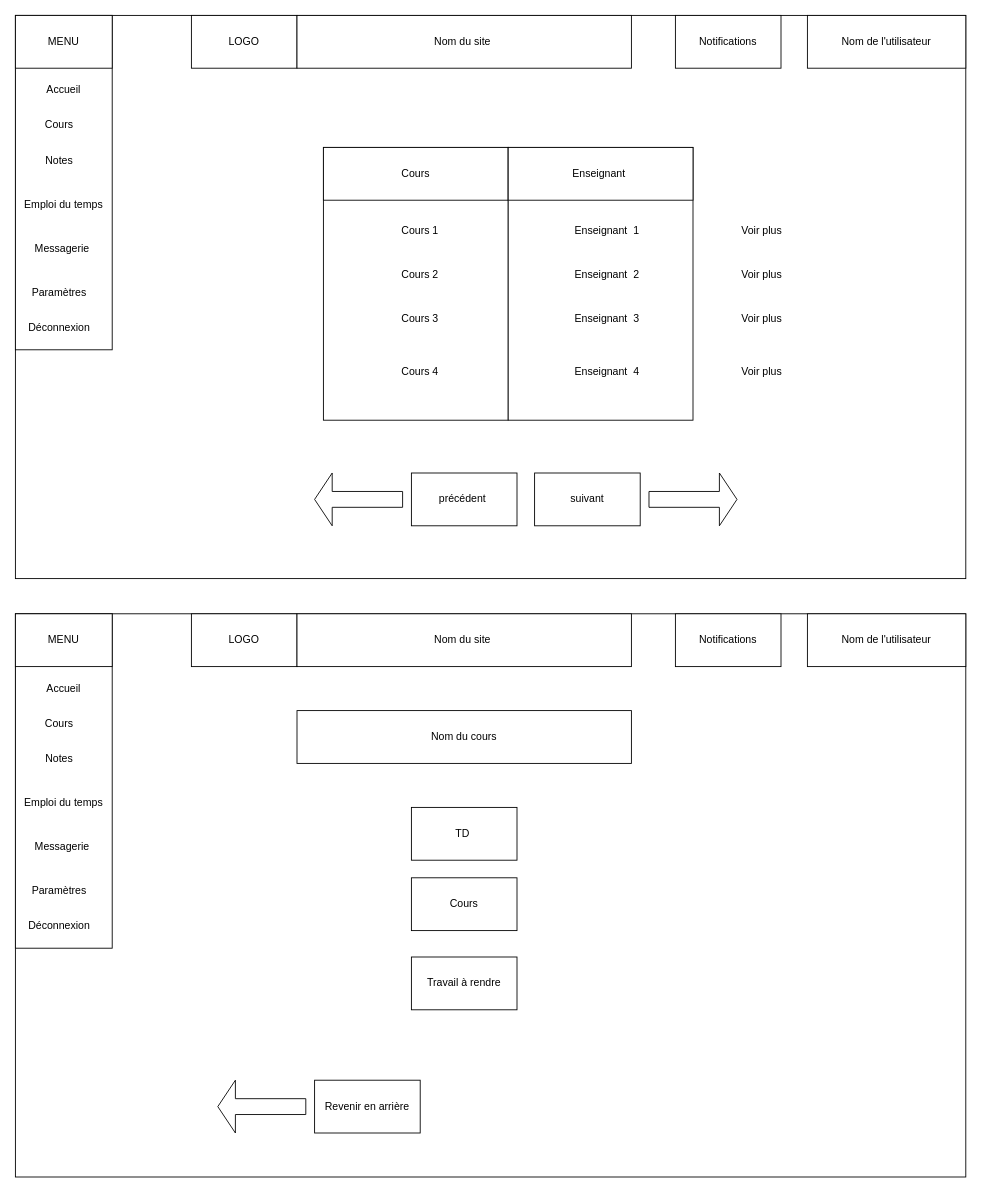
Above: docs/Wireframes/mes cours.drawio in TanguyC92/SmartCampus_Ing2_Gr9_Equipe11 (draw.io), before the change. Source tidied: cells renumbered, new cells numbered last; positions are measured from the earlier drawing's top-left corner, leaving out a move shared by most shapes. Both pictures are drawn from the tidied source at 88%, with x=0, y=0 at pixel (15, 15).
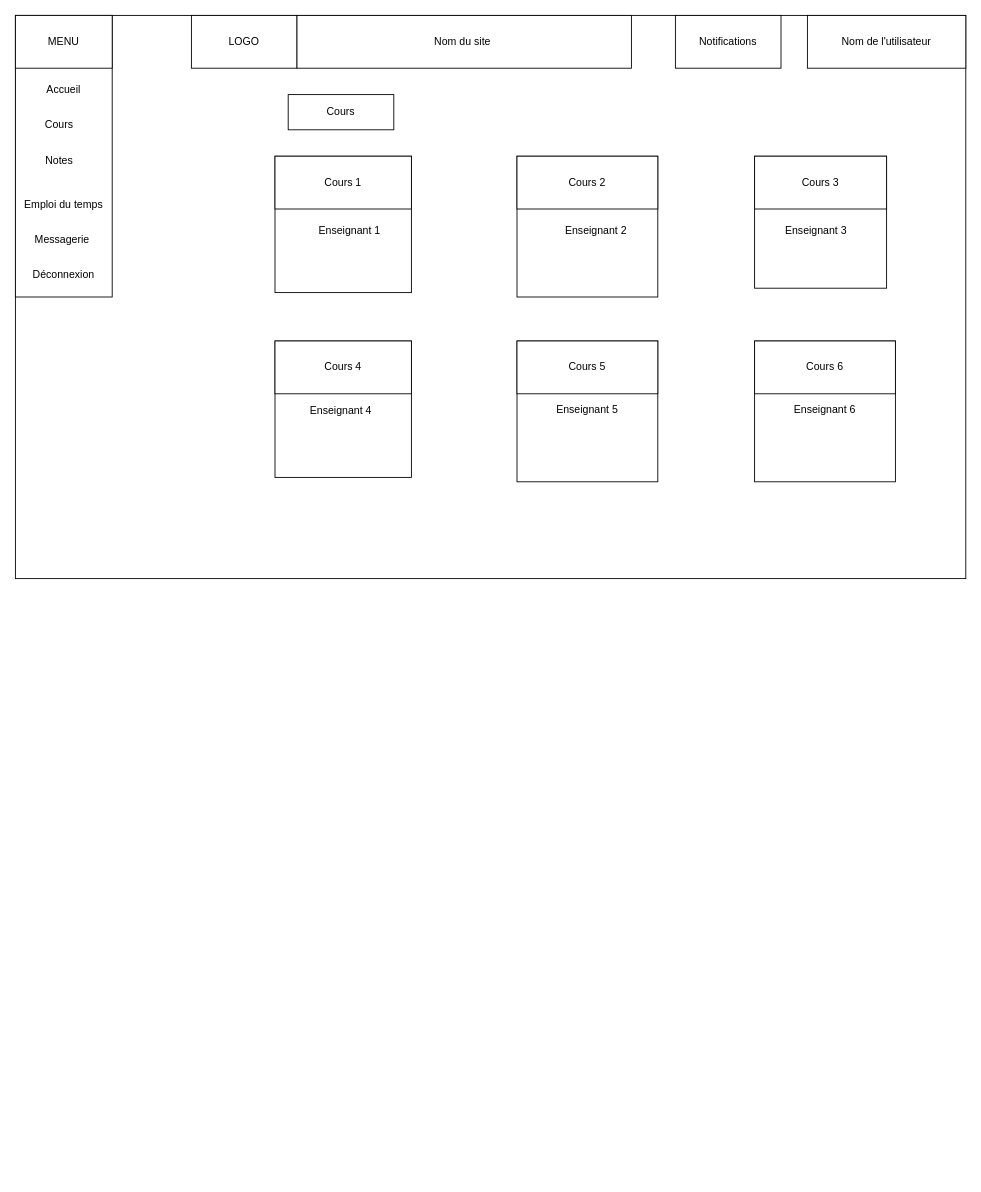
Above is the later version.

Diff of the diagram source:
```diff
@@
     <mxCell id="3" style="rounded=0;whiteSpace=wrap;html=1;" parent="1" vertex="1">
-      <mxGeometry width="110" height="380" as="geometry" />
+      <mxGeometry width="110" height="320" as="geometry" />
     </mxCell>
     <mxCell id="4" value="Messagerie&amp;nbsp;" style="text;html=1;whiteSpace=wrap;strokeColor=none;fillColor=none;align=center;verticalAlign=middle;rounded=0;" parent="1" vertex="1">
-      <mxGeometry x="25" y="250" width="60" height="30" as="geometry" />
+      <mxGeometry x="25" y="240" width="60" height="30" as="geometry" />
     </mxCell>
@@
-    <mxCell id="10" value="Paramètres" style="text;html=1;whiteSpace=wrap;strokeColor=none;fillColor=none;align=center;verticalAlign=middle;rounded=0;" parent="1" vertex="1">
-      <mxGeometry x="20" y="300" width="60" height="30" as="geometry" />
-    </mxCell>
     <mxCell id="11" value="Déconnexion" style="text;html=1;whiteSpace=wrap;strokeColor=none;fillColor=none;align=center;verticalAlign=middle;rounded=0;" parent="1" vertex="1">
-      <mxGeometry x="20" y="340" width="60" height="30" as="geometry" />
+      <mxGeometry x="25" y="280" width="60" height="30" as="geometry" />
     </mxCell>
@@
-    <mxCell id="16" style="rounded=0;whiteSpace=wrap;html=1;" parent="1" vertex="1">
-      <mxGeometry x="350" y="150" width="210" height="310" as="geometry" />
-    </mxCell>
-    <mxCell id="17" value="Cours" style="rounded=0;whiteSpace=wrap;html=1;" parent="1" vertex="1">
-      <mxGeometry x="350" y="150" width="210" height="60" as="geometry" />
-    </mxCell>
+    <mxCell id="56" style="whiteSpace=wrap;html=1;" parent="1" vertex="1">
+      <mxGeometry x="570" y="160" width="160" height="160" as="geometry" />
+    </mxCell>
+    <mxCell id="57" style="whiteSpace=wrap;html=1;" parent="1" vertex="1">
+      <mxGeometry x="295" y="160" width="155" height="155" as="geometry" />
+    </mxCell>
+    <mxCell id="58" style="whiteSpace=wrap;html=1;" parent="1" vertex="1">
+      <mxGeometry x="295" y="370" width="155" height="155" as="geometry" />
+    </mxCell>
+    <mxCell id="59" style="whiteSpace=wrap;html=1;" parent="1" vertex="1">
+      <mxGeometry x="570" y="370" width="160" height="160" as="geometry" />
+    </mxCell>
+    <mxCell id="60" style="whiteSpace=wrap;html=1;" parent="1" vertex="1">
+      <mxGeometry x="840" y="160" width="150" height="150" as="geometry" />
+    </mxCell>
+    <mxCell id="61" style="whiteSpace=wrap;html=1;" parent="1" vertex="1">
+      <mxGeometry x="840" y="370" width="160" height="160" as="geometry" />
+    </mxCell>
+    <mxCell id="62" value="Cours" style="rounded=0;whiteSpace=wrap;html=1;" parent="1" vertex="1">
+      <mxGeometry x="310" y="90" width="120" height="40" as="geometry" />
+    </mxCell>
-    <mxCell id="18" value="Cours 1" style="text;html=1;whiteSpace=wrap;strokeColor=none;fillColor=none;align=center;verticalAlign=middle;rounded=0;" parent="1" vertex="1">
-      <mxGeometry x="430" y="230" width="60" height="30" as="geometry" />
+    <mxCell id="18" value="Cours 1" style="rounded=0;whiteSpace=wrap;html=1;" parent="1" vertex="1">
+      <mxGeometry x="295" y="160" width="155" height="60" as="geometry" />
     </mxCell>
-    <mxCell id="19" value="Cours 2" style="text;html=1;whiteSpace=wrap;strokeColor=none;fillColor=none;align=center;verticalAlign=middle;rounded=0;" parent="1" vertex="1">
-      <mxGeometry x="430" y="280" width="60" height="30" as="geometry" />
+    <mxCell id="19" value="Cours 2" style="rounded=0;whiteSpace=wrap;html=1;" parent="1" vertex="1">
+      <mxGeometry x="570" y="160" width="160" height="60" as="geometry" />
     </mxCell>
-    <mxCell id="20" style="rounded=0;whiteSpace=wrap;html=1;" parent="1" vertex="1">
-      <mxGeometry x="560" y="150" width="210" height="310" as="geometry" />
-    </mxCell>
-    <mxCell id="21" value="Enseignant&amp;nbsp;" style="rounded=0;whiteSpace=wrap;html=1;" parent="1" vertex="1">
-      <mxGeometry x="560" y="150" width="210" height="60" as="geometry" />
-    </mxCell>
+    <mxCell id="26" value="Cours 3" style="rounded=0;whiteSpace=wrap;html=1;" parent="1" vertex="1">
+      <mxGeometry x="840" y="160" width="150" height="60" as="geometry" />
+    </mxCell>
+    <mxCell id="27" value="Cours 4" style="rounded=0;whiteSpace=wrap;html=1;" parent="1" vertex="1">
+      <mxGeometry x="295" y="370" width="155" height="60" as="geometry" />
+    </mxCell>
+    <mxCell id="63" value="Cours 5" style="rounded=0;whiteSpace=wrap;html=1;" parent="1" vertex="1">
+      <mxGeometry x="570" y="370" width="160" height="60" as="geometry" />
+    </mxCell>
+    <mxCell id="64" value="Cours 6" style="rounded=0;whiteSpace=wrap;html=1;" parent="1" vertex="1">
+      <mxGeometry x="840" y="370" width="160" height="60" as="geometry" />
+    </mxCell>
-    <mxCell id="22" value="Enseignant&amp;nbsp; 1" style="text;html=1;whiteSpace=wrap;strokeColor=none;fillColor=none;align=center;verticalAlign=middle;rounded=0;" parent="1" vertex="1">
-      <mxGeometry x="630" y="230" width="85" height="30" as="geometry" />
+    <mxCell id="22" value="Enseignant 1" style="text;html=1;whiteSpace=wrap;strokeColor=none;fillColor=none;align=center;verticalAlign=middle;rounded=0;" parent="1" vertex="1">
+      <mxGeometry x="340" y="230" width="80" height="30" as="geometry" />
     </mxCell>
-    <mxCell id="23" value="Enseignant&amp;nbsp; 2" style="text;html=1;whiteSpace=wrap;strokeColor=none;fillColor=none;align=center;verticalAlign=middle;rounded=0;" parent="1" vertex="1">
-      <mxGeometry x="630" y="280" width="85" height="30" as="geometry" />
+    <mxCell id="23" value="Enseignant 2" style="text;html=1;whiteSpace=wrap;strokeColor=none;fillColor=none;align=center;verticalAlign=middle;rounded=0;" parent="1" vertex="1">
+      <mxGeometry x="620" y="230" width="80" height="30" as="geometry" />
     </mxCell>
-    <mxCell id="24" value="Enseignant&amp;nbsp; 3" style="text;html=1;whiteSpace=wrap;strokeColor=none;fillColor=none;align=center;verticalAlign=middle;rounded=0;" parent="1" vertex="1">
-      <mxGeometry x="630" y="330" width="85" height="30" as="geometry" />
+    <mxCell id="24" value="Enseignant 3" style="text;html=1;whiteSpace=wrap;strokeColor=none;fillColor=none;align=center;verticalAlign=middle;rounded=0;" parent="1" vertex="1">
+      <mxGeometry x="870" y="230" width="80" height="30" as="geometry" />
     </mxCell>
+    <mxCell id="65" value="Enseignant 6" style="text;html=1;whiteSpace=wrap;strokeColor=none;fillColor=none;align=center;verticalAlign=middle;rounded=0;" parent="1" vertex="1">
+      <mxGeometry x="880" y="432.5" width="80" height="30" as="geometry" />
+    </mxCell>
+    <mxCell id="66" value="Enseignant 5" style="text;html=1;whiteSpace=wrap;strokeColor=none;fillColor=none;align=center;verticalAlign=middle;rounded=0;" parent="1" vertex="1">
+      <mxGeometry x="610" y="432.5" width="80" height="30" as="geometry" />
+    </mxCell>
-    <mxCell id="25" value="Enseignant&amp;nbsp; 4" style="text;html=1;whiteSpace=wrap;strokeColor=none;fillColor=none;align=center;verticalAlign=middle;rounded=0;" parent="1" vertex="1">
-      <mxGeometry x="630" y="390" width="85" height="30" as="geometry" />
+    <mxCell id="25" value="Enseignant 4" style="text;html=1;whiteSpace=wrap;strokeColor=none;fillColor=none;align=center;verticalAlign=middle;rounded=0;" parent="1" vertex="1">
+      <mxGeometry x="330" y="435" width="80" height="30" as="geometry" />
     </mxCell>
-    <mxCell id="26" value="Cours 3" style="text;html=1;whiteSpace=wrap;strokeColor=none;fillColor=none;align=center;verticalAlign=middle;rounded=0;" parent="1" vertex="1">
-      <mxGeometry x="430" y="330" width="60" height="30" as="geometry" />
-    </mxCell>
-    <mxCell id="27" value="Cours 4" style="text;html=1;whiteSpace=wrap;strokeColor=none;fillColor=none;align=center;verticalAlign=middle;rounded=0;" parent="1" vertex="1">
-      <mxGeometry x="430" y="390" width="60" height="30" as="geometry" />
-    </mxCell>
-    <mxCell id="28" value="Voir plus&amp;nbsp;" style="text;html=1;whiteSpace=wrap;strokeColor=none;fillColor=none;align=center;verticalAlign=middle;rounded=0;" parent="1" vertex="1">
-      <mxGeometry x="820" y="230" width="60" height="30" as="geometry" />
-    </mxCell>
-    <mxCell id="29" value="Voir plus&amp;nbsp;" style="text;html=1;whiteSpace=wrap;strokeColor=none;fillColor=none;align=center;verticalAlign=middle;rounded=0;" parent="1" vertex="1">
-      <mxGeometry x="820" y="280" width="60" height="30" as="geometry" />
-    </mxCell>
-    <mxCell id="30" value="Voir plus&amp;nbsp;" style="text;html=1;whiteSpace=wrap;strokeColor=none;fillColor=none;align=center;verticalAlign=middle;rounded=0;" parent="1" vertex="1">
-      <mxGeometry x="820" y="330" width="60" height="30" as="geometry" />
-    </mxCell>
-    <mxCell id="31" value="Voir plus&amp;nbsp;" style="text;html=1;whiteSpace=wrap;strokeColor=none;fillColor=none;align=center;verticalAlign=middle;rounded=0;" parent="1" vertex="1">
-      <mxGeometry x="820" y="390" width="60" height="30" as="geometry" />
-    </mxCell>
-    <mxCell id="32" style="shape=singleArrow;whiteSpace=wrap;html=1;" parent="1" vertex="1">
-      <mxGeometry x="720" y="520" width="100" height="60" as="geometry" />
-    </mxCell>
-    <mxCell id="33" style="shape=singleArrow;direction=west;whiteSpace=wrap;html=1;" parent="1" vertex="1">
-      <mxGeometry x="340" y="520" width="100" height="60" as="geometry" />
-    </mxCell>
-    <mxCell id="34" value="suivant" style="rounded=0;whiteSpace=wrap;html=1;" parent="1" vertex="1">
-      <mxGeometry x="590" y="520" width="120" height="60" as="geometry" />
-    </mxCell>
-    <mxCell id="35" value="précédent&amp;nbsp;" style="rounded=0;whiteSpace=wrap;html=1;" parent="1" vertex="1">
-      <mxGeometry x="450" y="520" width="120" height="60" as="geometry" />
-    </mxCell>
-    <mxCell id="36" style="rounded=0;whiteSpace=wrap;html=1;" parent="1" vertex="1">
-      <mxGeometry y="680" width="1080" height="640" as="geometry" />
-    </mxCell>
-    <mxCell id="37" value="LOGO" style="rounded=0;whiteSpace=wrap;html=1;" parent="1" vertex="1">
-      <mxGeometry x="200" y="680" width="120" height="60" as="geometry" />
-    </mxCell>
-    <mxCell id="38" value="Nom du site&amp;nbsp;" style="rounded=0;whiteSpace=wrap;html=1;" parent="1" vertex="1">
-      <mxGeometry x="320" y="680" width="380" height="60" as="geometry" />
-    </mxCell>
-    <mxCell id="39" value="Nom de l'utilisateur" style="rounded=0;whiteSpace=wrap;html=1;" parent="1" vertex="1">
-      <mxGeometry x="900" y="680" width="180" height="60" as="geometry" />
-    </mxCell>
-    <mxCell id="40" value="Notifications" style="rounded=0;whiteSpace=wrap;html=1;" parent="1" vertex="1">
-      <mxGeometry x="750" y="680" width="120" height="60" as="geometry" />
-    </mxCell>
-    <mxCell id="41" style="rounded=0;whiteSpace=wrap;html=1;" parent="1" vertex="1">
-      <mxGeometry y="680" width="110" height="380" as="geometry" />
-    </mxCell>
-    <mxCell id="42" value="Messagerie&amp;nbsp;" style="text;html=1;whiteSpace=wrap;strokeColor=none;fillColor=none;align=center;verticalAlign=middle;rounded=0;" parent="1" vertex="1">
-      <mxGeometry x="25" y="930" width="60" height="30" as="geometry" />
-    </mxCell>
-    <mxCell id="43" value="Accueil" style="text;html=1;whiteSpace=wrap;strokeColor=none;fillColor=none;align=center;verticalAlign=middle;rounded=0;" parent="1" vertex="1">
-      <mxGeometry x="25" y="750" width="60" height="30" as="geometry" />
-    </mxCell>
-    <mxCell id="44" value="Cours" style="text;html=1;whiteSpace=wrap;strokeColor=none;fillColor=none;align=center;verticalAlign=middle;rounded=0;" parent="1" vertex="1">
-      <mxGeometry x="20" y="790" width="60" height="30" as="geometry" />
-    </mxCell>
-    <mxCell id="45" value="MENU" style="rounded=0;whiteSpace=wrap;html=1;" parent="1" vertex="1">
-      <mxGeometry y="680" width="110" height="60" as="geometry" />
-    </mxCell>
-    <mxCell id="46" value="Notes" style="text;html=1;whiteSpace=wrap;strokeColor=none;fillColor=none;align=center;verticalAlign=middle;rounded=0;" parent="1" vertex="1">
-      <mxGeometry x="20" y="830" width="60" height="30" as="geometry" />
-    </mxCell>
-    <mxCell id="47" value="Emploi du temps" style="text;html=1;whiteSpace=wrap;strokeColor=none;fillColor=none;align=center;verticalAlign=middle;rounded=0;" parent="1" vertex="1">
-      <mxGeometry x="5" y="880" width="100" height="30" as="geometry" />
-    </mxCell>
-    <mxCell id="48" value="Paramètres" style="text;html=1;whiteSpace=wrap;strokeColor=none;fillColor=none;align=center;verticalAlign=middle;rounded=0;" parent="1" vertex="1">
-      <mxGeometry x="20" y="980" width="60" height="30" as="geometry" />
-    </mxCell>
-    <mxCell id="49" value="Déconnexion" style="text;html=1;whiteSpace=wrap;strokeColor=none;fillColor=none;align=center;verticalAlign=middle;rounded=0;" parent="1" vertex="1">
-      <mxGeometry x="20" y="1020" width="60" height="30" as="geometry" />
-    </mxCell>
-    <mxCell id="50" value="Nom du cours" style="rounded=0;whiteSpace=wrap;html=1;" parent="1" vertex="1">
-      <mxGeometry x="320" y="790" width="380" height="60" as="geometry" />
-    </mxCell>
-    <mxCell id="51" value="TD&amp;nbsp;" style="rounded=0;whiteSpace=wrap;html=1;" parent="1" vertex="1">
-      <mxGeometry x="450" y="900" width="120" height="60" as="geometry" />
-    </mxCell>
-    <mxCell id="52" value="Cours" style="rounded=0;whiteSpace=wrap;html=1;" parent="1" vertex="1">
-      <mxGeometry x="450" y="980" width="120" height="60" as="geometry" />
-    </mxCell>
-    <mxCell id="53" value="Revenir en arrière" style="rounded=0;whiteSpace=wrap;html=1;" parent="1" vertex="1">
-      <mxGeometry x="340" y="1210" width="120" height="60" as="geometry" />
-    </mxCell>
-    <mxCell id="54" style="shape=singleArrow;direction=west;whiteSpace=wrap;html=1;" parent="1" vertex="1">
-      <mxGeometry x="230" y="1210" width="100" height="60" as="geometry" />
-    </mxCell>
-    <mxCell id="55" value="Travail à rendre" style="rounded=0;whiteSpace=wrap;html=1;" parent="1" vertex="1">
-      <mxGeometry x="450" y="1070" width="120" height="60" as="geometry" />
-    </mxCell>
```
